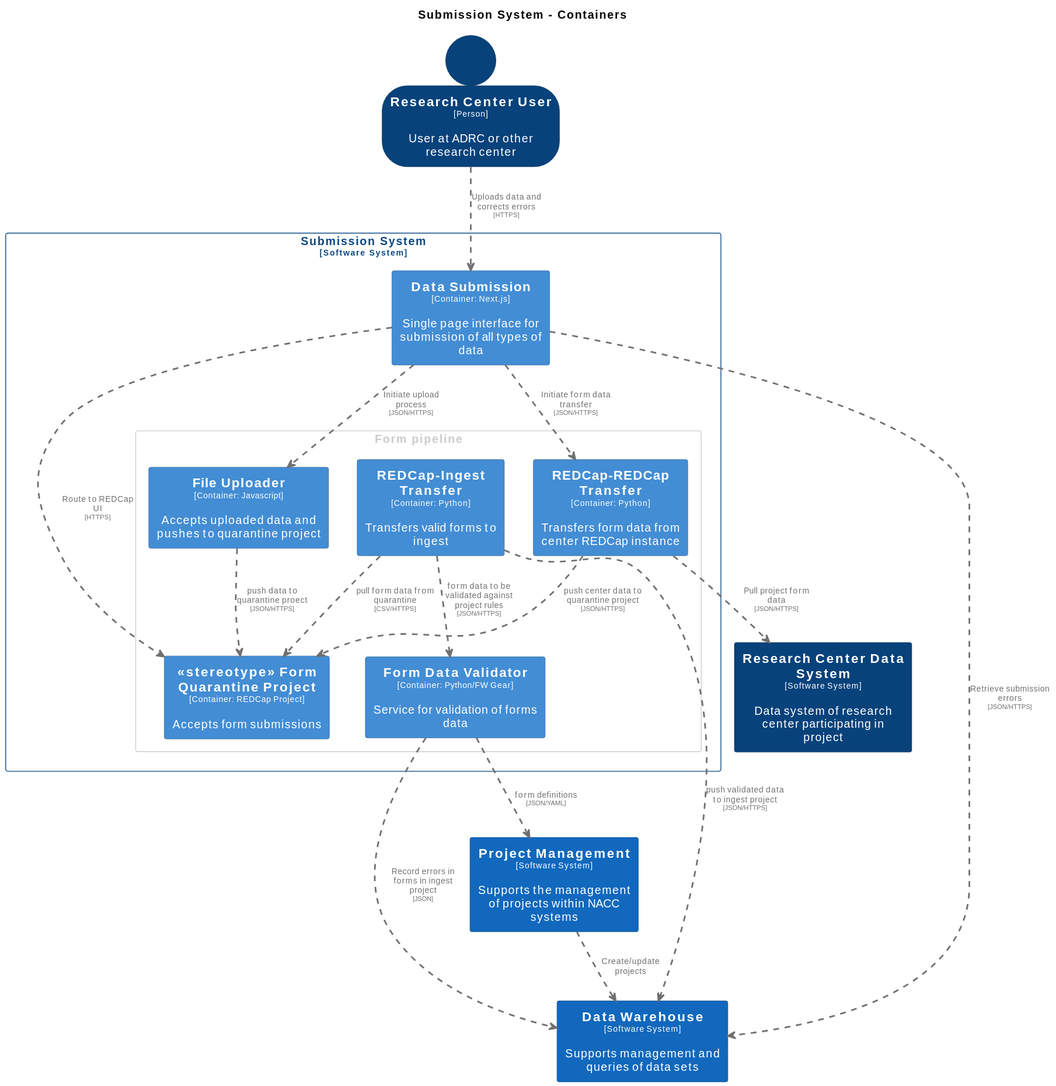
naccdata/system-design keeps this PlantUML diagram as docs/images/structurizr-SubmissionContainers.svg. Above is the earlier version.
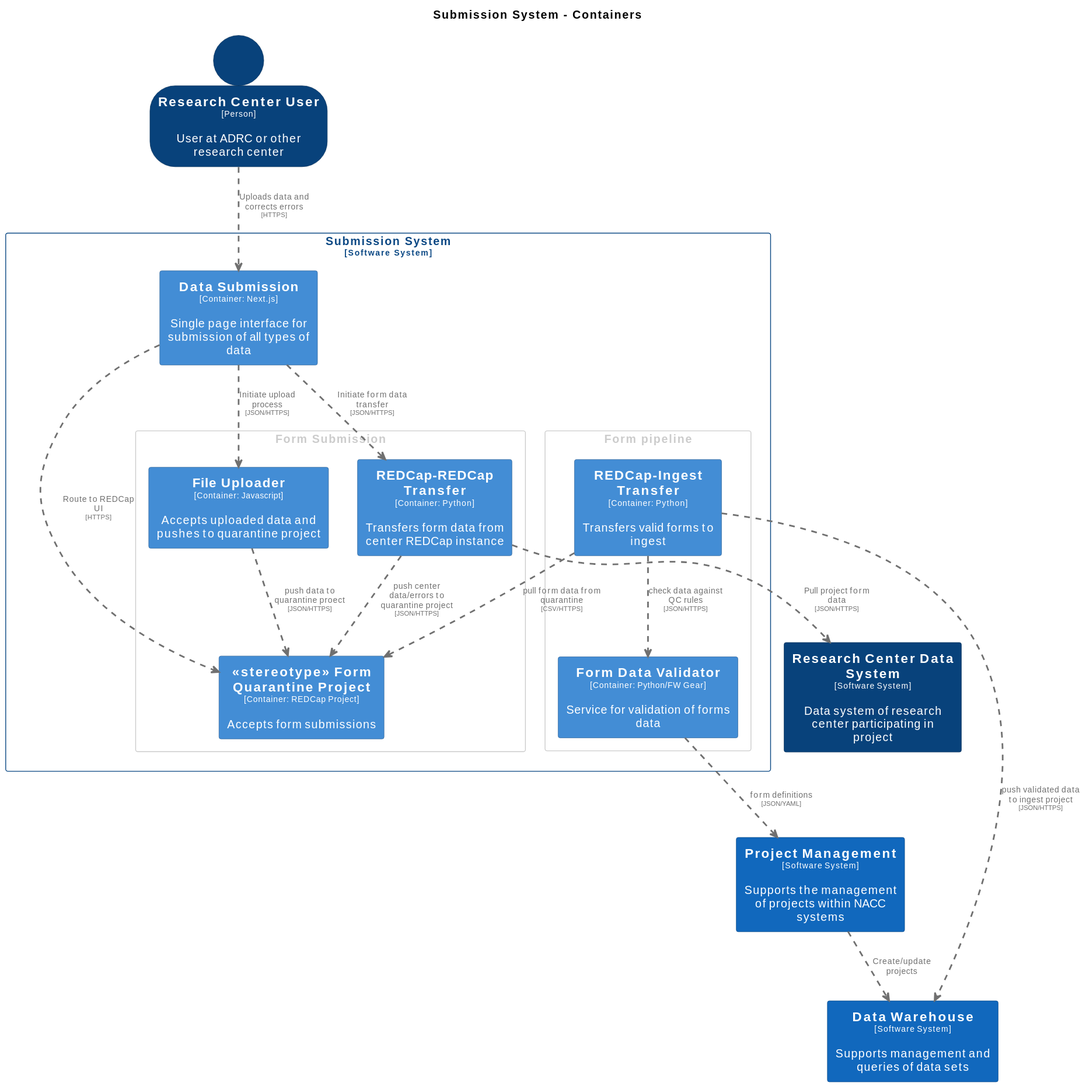
The same diagram one commit later.

Diff of the diagram source:
```diff
@@ -65,24 +65,30 @@
   BorderColor #052e56
 }
 
-person "==Research Center User\n<size:10>[Person]</size>\n\nUser at ADRC or other research center" <<ResearchCenterUser>> as ResearchCenterUser
 rectangle "==Data Warehouse\n<size:10>[Software System]</size>\n\nSupports management and queries of data sets" <<DataWarehouse>> as DataWarehouse
 rectangle "==Project Management\n<size:10>[Software System]</size>\n\nSupports the management of projects within NACC systems" <<ProjectManagement>> as ProjectManagement
+person "==Research Center User\n<size:10>[Person]</size>\n\nUser at ADRC or other research center" <<ResearchCenterUser>> as ResearchCenterUser
 rectangle "==Research Center Data System\n<size:10>[Software System]</size>\n\nData system of research center participating in project" <<ResearchCenterDataSystem>> as ResearchCenterDataSystem
 
 rectangle "Submission System\n<size:10>[Software System]</size>" <<SubmissionSystem>> {
   skinparam RectangleBorderColor<<SubmissionSystem>> #0b4884
   skinparam RectangleFontColor<<SubmissionSystem>> #0b4884
 
-  rectangle "Form pipeline" <<group1>> {
+  rectangle "Form Submission" <<group1>> {
     skinparam RectangleBorderColor<<group1>> #cccccc
     skinparam RectangleFontColor<<group1>> #cccccc
 
-    rectangle "==Form Data Validator\n<size:10>[Container: Python/FW Gear]</size>\n\nService for validation of forms data" <<SubmissionSystem.FormDataValidator>> as SubmissionSystem.FormDataValidator
     rectangle "==<<stereotype>> Form Quarantine Project\n<size:10>[Container: REDCap Project]</size>\n\nAccepts form submissions" <<SubmissionSystem.stereotypeFormQuarantineProject>> as SubmissionSystem.stereotypeFormQuarantineProject
-    rectangle "==REDCap-Ingest Transfer\n<size:10>[Container: Python]</size>\n\nTransfers valid forms to ingest" <<SubmissionSystem.REDCapIngestTransfer>> as SubmissionSystem.REDCapIngestTransfer
     rectangle "==REDCap-REDCap Transfer\n<size:10>[Container: Python]</size>\n\nTransfers form data from center REDCap instance" <<SubmissionSystem.REDCapREDCapTransfer>> as SubmissionSystem.REDCapREDCapTransfer
     rectangle "==File Uploader\n<size:10>[Container: Javascript]</size>\n\nAccepts uploaded data and pushes to quarantine project" <<SubmissionSystem.FileUploader>> as SubmissionSystem.FileUploader
+  }
+
+  rectangle "Form pipeline" <<group2>> {
+    skinparam RectangleBorderColor<<group2>> #cccccc
+    skinparam RectangleFontColor<<group2>> #cccccc
+
+    rectangle "==Form Data Validator\n<size:10>[Container: Python/FW Gear]</size>\n\nService for validation of forms data" <<SubmissionSystem.FormDataValidator>> as SubmissionSystem.FormDataValidator
+    rectangle "==REDCap-Ingest Transfer\n<size:10>[Container: Python]</size>\n\nTransfers valid forms to ingest" <<SubmissionSystem.REDCapIngestTransfer>> as SubmissionSystem.REDCapIngestTransfer
   }
 
   rectangle "==Data Submission\n<size:10>[Container: Next.js]</size>\n\nSingle page interface for submission of all types of data" <<SubmissionSystem.DataSubmission>> as SubmissionSystem.DataSubmission
@@ -91,15 +97,13 @@
 ResearchCenterUser .[#707070,thickness=2].> SubmissionSystem.DataSubmission : "<color:#707070>Uploads data and corrects errors\n<color:#707070><size:8>[HTTPS]</size>"
 SubmissionSystem.REDCapREDCapTransfer .[#707070,thickness=2].> ResearchCenterDataSystem : "<color:#707070>Pull project form data\n<color:#707070><size:8>[JSON/HTTPS]</size>"
 ProjectManagement .[#707070,thickness=2].> DataWarehouse : "<color:#707070>Create/update projects"
-SubmissionSystem.FormDataValidator .[#707070,thickness=2].> DataWarehouse : "<color:#707070>Record errors in forms in ingest project\n<color:#707070><size:8>[JSON]</size>"
 SubmissionSystem.FormDataValidator .[#707070,thickness=2].> ProjectManagement : "<color:#707070>form definitions\n<color:#707070><size:8>[JSON/YAML]</size>"
+SubmissionSystem.REDCapIngestTransfer .[#707070,thickness=2].> SubmissionSystem.FormDataValidator : "<color:#707070>check data against QC rules\n<color:#707070><size:8>[JSON/HTTPS]</size>"
+SubmissionSystem.REDCapIngestTransfer .[#707070,thickness=2].> DataWarehouse : "<color:#707070>push validated data to ingest project\n<color:#707070><size:8>[JSON/HTTPS]</size>"
 SubmissionSystem.REDCapIngestTransfer .[#707070,thickness=2].> SubmissionSystem.stereotypeFormQuarantineProject : "<color:#707070>pull form data from quarantine\n<color:#707070><size:8>[CSV/HTTPS]</size>"
-SubmissionSystem.REDCapIngestTransfer .[#707070,thickness=2].> SubmissionSystem.FormDataValidator : "<color:#707070>form data to be validated against project rules\n<color:#707070><size:8>[JSON/HTTPS]</size>"
-SubmissionSystem.REDCapIngestTransfer .[#707070,thickness=2].> DataWarehouse : "<color:#707070>push validated data to ingest project\n<color:#707070><size:8>[JSON/HTTPS]</size>"
-SubmissionSystem.REDCapREDCapTransfer .[#707070,thickness=2].> SubmissionSystem.stereotypeFormQuarantineProject : "<color:#707070>push center data to quarantine project\n<color:#707070><size:8>[JSON/HTTPS]</size>"
+SubmissionSystem.REDCapREDCapTransfer .[#707070,thickness=2].> SubmissionSystem.stereotypeFormQuarantineProject : "<color:#707070>push center data/errors to quarantine project\n<color:#707070><size:8>[JSON/HTTPS]</size>"
 SubmissionSystem.FileUploader .[#707070,thickness=2].> SubmissionSystem.stereotypeFormQuarantineProject : "<color:#707070>push data to quarantine proect\n<color:#707070><size:8>[JSON/HTTPS]</size>"
 SubmissionSystem.DataSubmission .[#707070,thickness=2].> SubmissionSystem.REDCapREDCapTransfer : "<color:#707070>Initiate form data transfer\n<color:#707070><size:8>[JSON/HTTPS]</size>"
 SubmissionSystem.DataSubmission .[#707070,thickness=2].> SubmissionSystem.stereotypeFormQuarantineProject : "<color:#707070>Route to REDCap UI\n<color:#707070><size:8>[HTTPS]</size>"
 SubmissionSystem.DataSubmission .[#707070,thickness=2].> SubmissionSystem.FileUploader : "<color:#707070>Initiate upload process\n<color:#707070><size:8>[JSON/HTTPS]</size>"
-SubmissionSystem.DataSubmission .[#707070,thickness=2].> DataWarehouse : "<color:#707070>Retrieve submission errors\n<color:#707070><size:8>[JSON/HTTPS]</size>"
 @enduml
```
